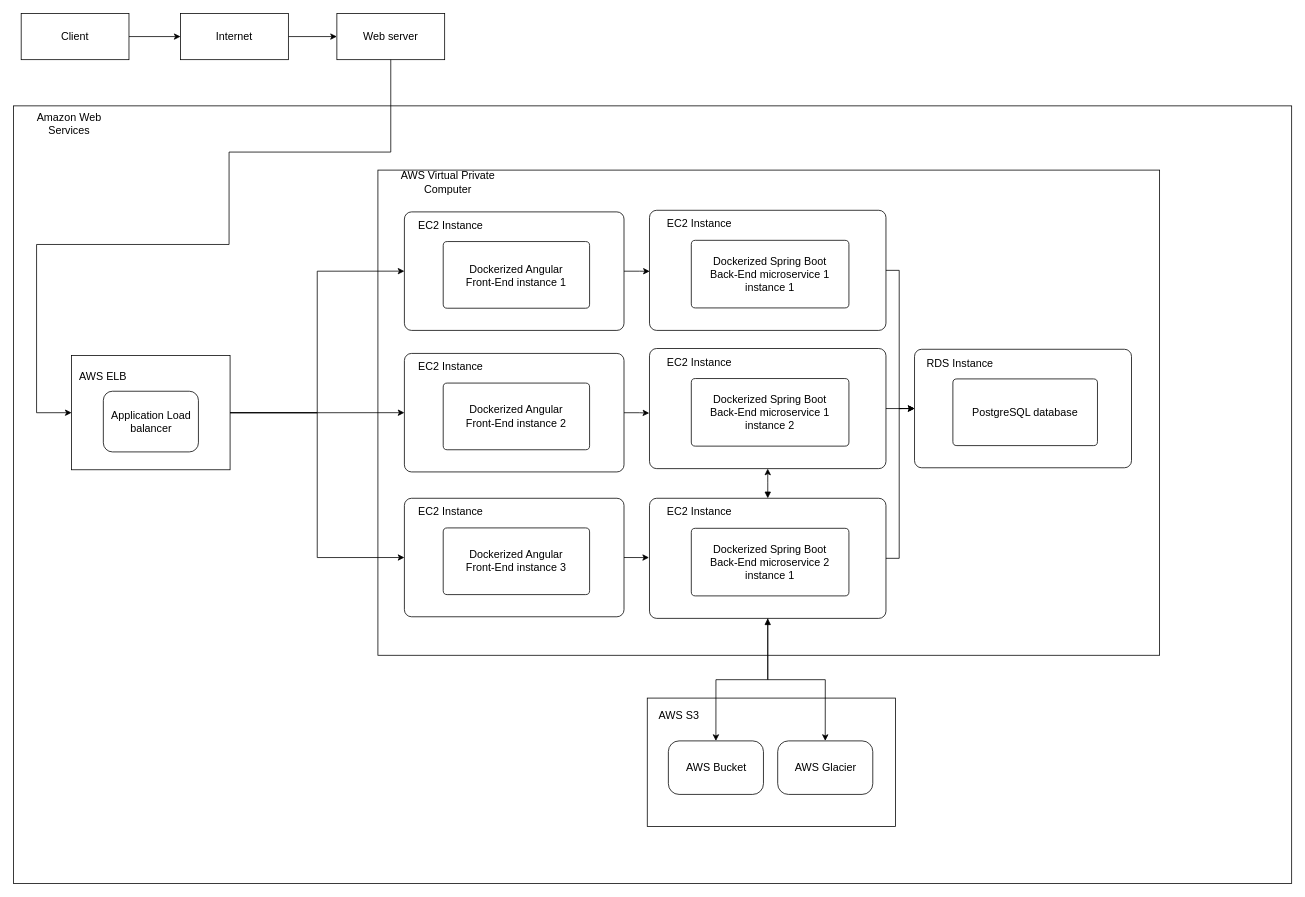
This is p13-architecture.drawio from LePhenix47/Lahouiti_Younes_P13_21062024, a draw.io file, before an edit. Source tidied: cells renumbered, new cells numbered last; positions are measured from the earlier drawing's top-left corner, leaving out a move shared by most shapes. Both pictures are drawn from the tidied source at 77%, with x=0, y=0 at pixel (13, 13).
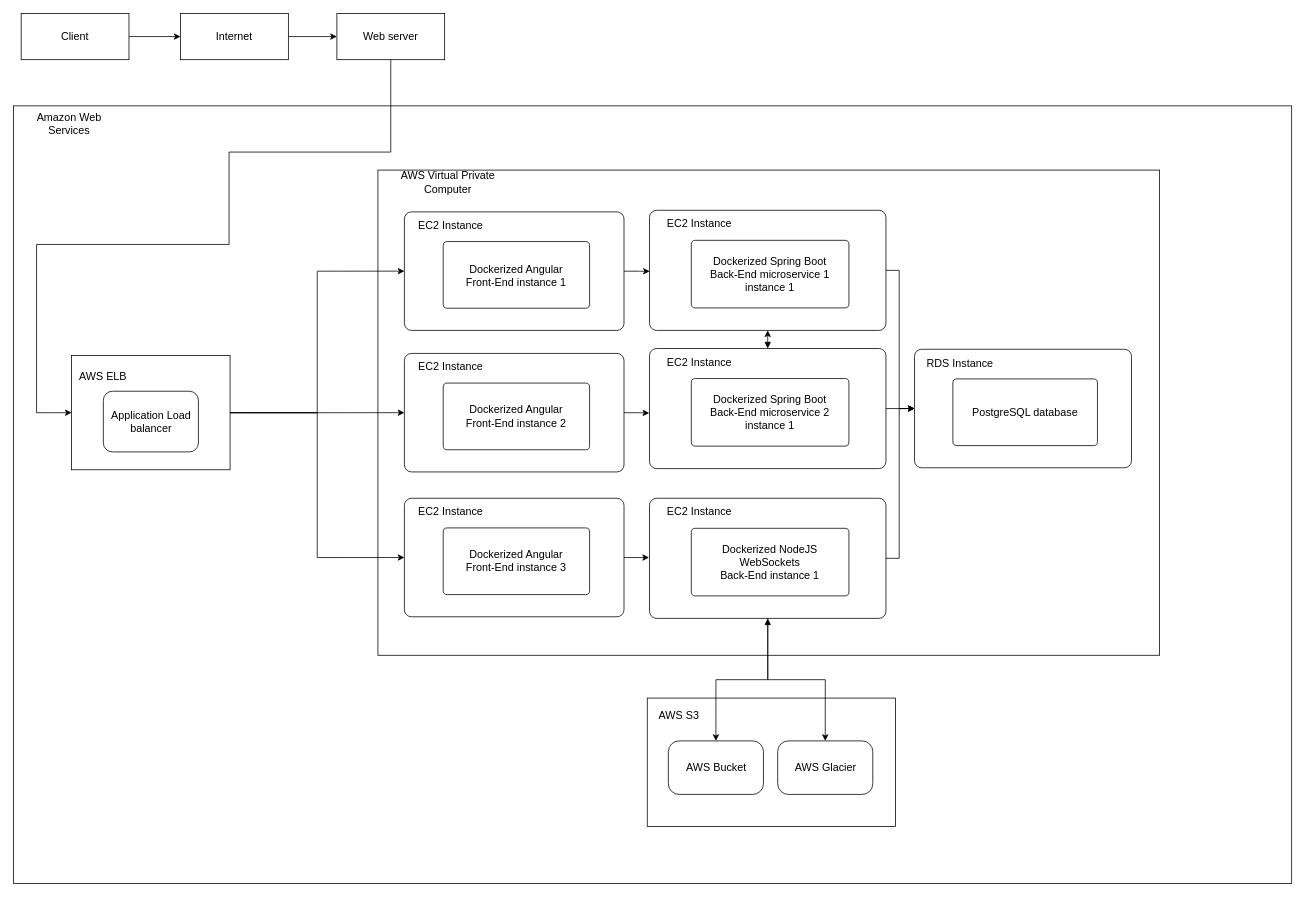
The same diagram, later.

The change refers to these unchanged cells:
```xml
<mxCell id="10" style="group;fontSize=14;" parent="8" vertex="1">
  <mxGeometry x="473.3" y="83.4" width="1015.2" height="630.1" as="geometry" />
</mxCell>
<mxCell id="14" style="rounded=1;whiteSpace=wrap;html=1;arcSize=6;snapToPoint=0;fontSize=14;" parent="13" vertex="1">
  <mxGeometry width="307.1" height="156" as="geometry" />
</mxCell>
<mxCell id="25" style="group;fontSize=14;" parent="10" vertex="1">
  <mxGeometry x="352.7" y="231.7" width="307.1" height="156" as="geometry" />
</mxCell>
<mxCell id="26" style="rounded=1;whiteSpace=wrap;html=1;arcSize=6;snapToPoint=0;fontSize=14;" parent="25" vertex="1">
  <mxGeometry width="307.1" height="156" as="geometry" />
</mxCell>
<mxCell id="29" style="group;fontSize=14;" parent="10" vertex="1">
  <mxGeometry x="352.7" y="426.2" width="307.1" height="156" as="geometry" />
</mxCell>
<mxCell id="30" style="rounded=1;whiteSpace=wrap;html=1;arcSize=6;snapToPoint=0;fontSize=14;" parent="29" vertex="1">
  <mxGeometry width="307.1" height="156" as="geometry" />
</mxCell>
```

Diff of the diagram source:
```diff
@@
-    <mxCell id="28" value="Dockerized Spring Boot&lt;div style=&quot;font-size: 14px;&quot;&gt;Back-End microservice 1 instance 2&lt;/div&gt;" style="rounded=1;whiteSpace=wrap;html=1;arcSize=6;fontSize=14;" parent="25" vertex="1">
+    <mxCell id="28" value="Dockerized Spring Boot&lt;div style=&quot;font-size: 14px;&quot;&gt;Back-End microservice 2 instance 1&lt;/div&gt;" style="rounded=1;whiteSpace=wrap;html=1;arcSize=6;fontSize=14;" parent="25" vertex="1">
       <mxGeometry x="54.3" y="39" width="204.7" height="87.8" as="geometry" />
     </mxCell>
@@
-    <mxCell id="32" value="Dockerized Spring Boot&lt;div style=&quot;font-size: 14px;&quot;&gt;Back-End microservice 2 instance 1&lt;/div&gt;" style="rounded=1;whiteSpace=wrap;html=1;arcSize=6;fontSize=14;" parent="29" vertex="1">
+    <mxCell id="32" value="Dockerized NodeJS&lt;div style=&quot;font-size: 14px;&quot;&gt;WebSockets&lt;/div&gt;&lt;div style=&quot;font-size: 14px;&quot;&gt;Back-End instance 1&lt;/div&gt;" style="rounded=1;whiteSpace=wrap;html=1;arcSize=6;fontSize=14;" parent="29" vertex="1">
       <mxGeometry x="54.3" y="39" width="204.7" height="87.8" as="geometry" />
     </mxCell>
@@
-    <mxCell id="46" style="edgeStyle=orthogonalEdgeStyle;rounded=0;jettySize=auto;html=1;entryX=0.5;entryY=1;entryDx=0;entryDy=0;snapToPoint=0;startArrow=block;startFill=1;fontSize=14;" parent="10" edge="1" source="30" target="26">
+    <mxCell id="46" style="edgeStyle=orthogonalEdgeStyle;rounded=0;jettySize=auto;html=1;entryX=0.5;entryY=1;entryDx=0;entryDy=0;snapToPoint=0;startArrow=block;startFill=1;fontSize=14;exitX=0.5;exitY=0;exitDx=0;exitDy=0;" parent="10" edge="1" source="26" target="14">
       <mxGeometry relative="1" as="geometry" />
     </mxCell>
```
